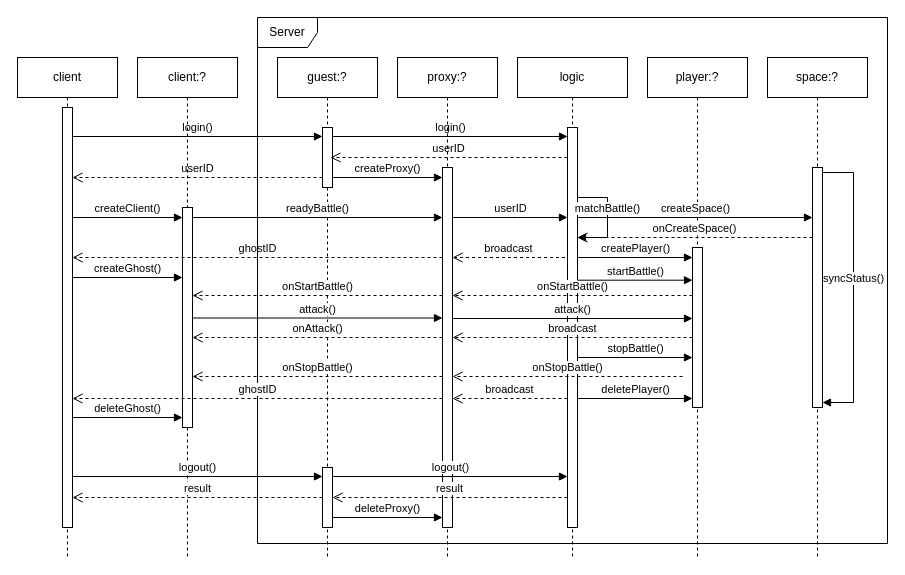
Above: page "状态同步" (3 of 4) of Document/OpenMS.drawio in ChivenZhang/OpenMS (draw.io), before the change. Source tidied: cells renumbered, new cells numbered last; positions are measured from the earlier drawing's top-left corner, leaving out a move shared by most shapes. Both pictures are drawn from the tidied source at 100%, with x=0, y=0 at pixel (17, 17).
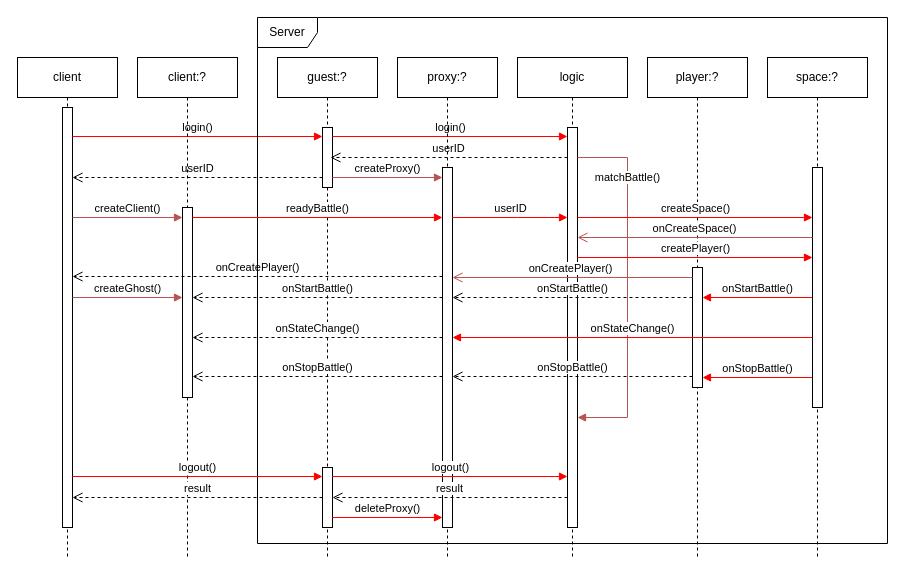
Above is the later version.

Unchanged cells that the change refers to:
```xml
<mxCell id="7" value="player:?" style="shape=umlLifeline;perimeter=lifelinePerimeter;whiteSpace=wrap;html=1;newEdgeStyle={&quot;curved&quot;:0,&quot;rounded&quot;:0};" parent="1" vertex="1">
  <mxGeometry x="630" y="40" width="100" height="500" as="geometry" />
</mxCell>
<mxCell id="9" value="logic" style="shape=umlLifeline;perimeter=lifelinePerimeter;whiteSpace=wrap;html=1;newEdgeStyle={&quot;curved&quot;:0,&quot;rounded&quot;:0};" parent="1" vertex="1">
  <mxGeometry x="500" y="40" width="110" height="500" as="geometry" />
</mxCell>
<mxCell id="10" style="html=1;points=[[0,0,0,0,5],[0,1,0,0,-5],[1,0,0,0,5],[1,1,0,0,-5]];perimeter=orthogonalPerimeter;outlineConnect=0;targetShapes=umlLifeline;portConstraint=eastwest;newEdgeStyle={&quot;curved&quot;:0,&quot;rounded&quot;:0};" parent="9" vertex="1">
  <mxGeometry x="50" y="70" width="10" height="400" as="geometry" />
</mxCell>
<mxCell id="16" value="client:?" style="shape=umlLifeline;perimeter=lifelinePerimeter;whiteSpace=wrap;html=1;newEdgeStyle={&quot;curved&quot;:0,&quot;rounded&quot;:0};" parent="1" vertex="1">
  <mxGeometry x="120" y="40" width="100" height="500" as="geometry" />
</mxCell>
<mxCell id="20" style="html=1;points=[[0,0,0,0,5],[0,1,0,0,-5],[1,0,0,0,5],[1,1,0,0,-5]];perimeter=orthogonalPerimeter;outlineConnect=0;targetShapes=umlLifeline;portConstraint=eastwest;newEdgeStyle={&quot;curved&quot;:0,&quot;rounded&quot;:0};" parent="19" vertex="1">
  <mxGeometry x="45" y="110" width="10" height="360" as="geometry" />
</mxCell>
<mxCell id="48" value="space:?" style="shape=umlLifeline;perimeter=lifelinePerimeter;whiteSpace=wrap;html=1;newEdgeStyle={&quot;curved&quot;:0,&quot;rounded&quot;:0};" parent="1" vertex="1">
  <mxGeometry x="750" y="40" width="100" height="500" as="geometry" />
</mxCell>
<mxCell id="49" style="html=1;points=[[0,0,0,0,5],[0,1,0,0,-5],[1,0,0,0,5],[1,1,0,0,-5]];perimeter=orthogonalPerimeter;outlineConnect=0;targetShapes=umlLifeline;portConstraint=eastwest;newEdgeStyle={&quot;curved&quot;:0,&quot;rounded&quot;:0};" parent="48" vertex="1">
  <mxGeometry x="45" y="110" width="10" height="240" as="geometry" />
</mxCell>
```

Diff of the diagram source:
```diff
@@
     <mxCell id="8" style="html=1;points=[[0,0,0,0,5],[0,1,0,0,-5],[1,0,0,0,5],[1,1,0,0,-5]];perimeter=orthogonalPerimeter;outlineConnect=0;targetShapes=umlLifeline;portConstraint=eastwest;newEdgeStyle={&quot;curved&quot;:0,&quot;rounded&quot;:0};" parent="7" vertex="1">
-      <mxGeometry x="45" y="190" width="10" height="160" as="geometry" />
+      <mxGeometry x="45" y="210" width="10" height="120" as="geometry" />
     </mxCell>
@@
-    <mxCell id="11" value="matchBattle()" style="html=1;verticalAlign=bottom;endArrow=block;curved=0;rounded=0;" parent="9" edge="1" source="10" target="10">
-      <mxGeometry relative="1" as="geometry">
+    <mxCell id="11" value="matchBattle()" style="html=1;verticalAlign=bottom;endArrow=block;curved=0;rounded=0;fillColor=#f8cecc;strokeColor=#b85450;" parent="9" edge="1" source="10" target="10">
+      <mxGeometry x="-0.56" relative="1" as="geometry">
         <Array as="points">
-          <mxPoint x="90" y="140" />
-          <mxPoint x="90" y="180" />
+          <mxPoint x="110" y="100" />
+          <mxPoint x="110" y="360" />
         </Array>
       </mxGeometry>
     </mxCell>
-    <mxCell id="12" value="login()" style="html=1;verticalAlign=bottom;endArrow=block;curved=0;rounded=0;entryX=0;entryY=0;entryDx=0;entryDy=5;entryPerimeter=0;" parent="1" edge="1">
+    <mxCell id="12" value="login()" style="html=1;verticalAlign=bottom;endArrow=block;curved=0;rounded=0;entryX=0;entryY=0;entryDx=0;entryDy=5;entryPerimeter=0;strokeColor=#FF0000;" parent="1" edge="1">
       <mxGeometry relative="1" as="geometry">
         <mxPoint x="55" y="119" as="sourcePoint" />
         <mxPoint x="305" y="119" as="targetPoint" />
       </mxGeometry>
     </mxCell>
-    <mxCell id="13" value="login()" style="html=1;verticalAlign=bottom;endArrow=block;curved=0;rounded=0;entryX=0;entryY=0;entryDx=0;entryDy=5;entryPerimeter=0;" parent="1" edge="1">
+    <mxCell id="13" value="login()" style="html=1;verticalAlign=bottom;endArrow=block;curved=0;rounded=0;entryX=0;entryY=0;entryDx=0;entryDy=5;entryPerimeter=0;strokeColor=#FF0000;" parent="1" edge="1">
       <mxGeometry relative="1" as="geometry">
         <mxPoint x="315" y="119" as="sourcePoint" />
         <mxPoint x="550" y="119" as="targetPoint" />
       </mxGeometry>
     </mxCell>
@@
     <mxCell id="17" style="html=1;perimeter=orthogonalPerimeter;targetShapes=umlLifeline;newEdgeStyle={&quot;curved&quot;:0,&quot;rounded&quot;:0};" parent="16" vertex="1">
-      <mxGeometry x="45" y="150" width="10" height="220" as="geometry" />
+      <mxGeometry x="45" y="150" width="10" height="190" as="geometry" />
     </mxCell>
-    <mxCell id="18" value="createClient()" style="html=1;verticalAlign=bottom;endArrow=block;curved=0;rounded=0;entryX=0;entryY=0;entryDx=0;entryDy=5;entryPerimeter=0;" parent="1" edge="1">
+    <mxCell id="18" value="createClient()" style="html=1;verticalAlign=bottom;endArrow=block;curved=0;rounded=0;entryX=0;entryY=0;entryDx=0;entryDy=5;entryPerimeter=0;fillColor=#f8cecc;strokeColor=#b85450;" parent="1" edge="1">
       <mxGeometry relative="1" as="geometry">
         <mxPoint x="55" y="200" as="sourcePoint" />
         <mxPoint x="165" y="200" as="targetPoint" />
       </mxGeometry>
     </mxCell>
@@
-    <mxCell id="21" value="createProxy()" style="html=1;verticalAlign=bottom;endArrow=block;curved=0;rounded=0;" parent="1" edge="1">
+    <mxCell id="21" value="createProxy()" style="html=1;verticalAlign=bottom;endArrow=block;curved=0;rounded=0;fillColor=#f8cecc;strokeColor=#b85450;" parent="1" edge="1">
       <mxGeometry relative="1" as="geometry">
         <mxPoint x="315" y="160" as="sourcePoint" />
         <mxPoint x="425" y="160" as="targetPoint" />
       </mxGeometry>
     </mxCell>
-    <mxCell id="22" value="attack()" style="html=1;verticalAlign=bottom;endArrow=block;curved=0;rounded=0;" parent="1" edge="1">
-      <mxGeometry relative="1" as="geometry">
-        <mxPoint x="175" y="300.5" as="sourcePoint" />
-        <mxPoint x="425" y="300.5" as="targetPoint" />
-      </mxGeometry>
-    </mxCell>
-    <mxCell id="23" value="createPlayer()" style="html=1;verticalAlign=bottom;endArrow=block;curved=0;rounded=0;" parent="1" edge="1">
+    <mxCell id="23" value="createPlayer()" style="html=1;verticalAlign=bottom;endArrow=block;curved=0;rounded=0;strokeColor=#FF0000;" parent="1" edge="1" target="49">
       <mxGeometry relative="1" as="geometry">
         <mxPoint x="560" y="240" as="sourcePoint" />
-        <mxPoint x="675" y="240" as="targetPoint" />
       </mxGeometry>
     </mxCell>
-    <mxCell id="24" value="attack()" style="html=1;verticalAlign=bottom;endArrow=block;curved=0;rounded=0;" parent="1" edge="1" target="8">
-      <mxGeometry relative="1" as="geometry">
-        <mxPoint x="435" y="301" as="sourcePoint" />
-      </mxGeometry>
-    </mxCell>
-    <mxCell id="25" value="broadcast" style="html=1;verticalAlign=bottom;endArrow=open;dashed=1;endSize=8;curved=0;rounded=0;exitX=0;exitY=1;exitDx=0;exitDy=-5;exitPerimeter=0;" parent="1" edge="1">
+    <mxCell id="25" value="onCreatePlayer()" style="html=1;verticalAlign=bottom;endArrow=open;endSize=8;curved=0;rounded=0;exitX=0;exitY=0;exitDx=0;exitDy=5;exitPerimeter=0;fillColor=#f8cecc;strokeColor=#b85450;" parent="1" edge="1">
       <mxGeometry x="0.02" relative="1" as="geometry">
-        <mxPoint x="547.5" y="240" as="sourcePoint" />
-        <mxPoint x="435" y="240" as="targetPoint" />
+        <mxPoint x="675" y="260" as="sourcePoint" />
+        <mxPoint x="435" y="260" as="targetPoint" />
       </mxGeometry>
     </mxCell>
-    <mxCell id="26" value="ghostID" style="html=1;verticalAlign=bottom;endArrow=open;dashed=1;endSize=8;curved=0;rounded=0;" parent="1" edge="1">
+    <mxCell id="26" value="onCreatePlayer()" style="html=1;verticalAlign=bottom;endArrow=open;dashed=1;endSize=8;curved=0;rounded=0;" parent="1" edge="1">
       <mxGeometry relative="1" as="geometry">
-        <mxPoint x="425" y="240" as="sourcePoint" />
-        <mxPoint x="55" y="240" as="targetPoint" />
+        <mxPoint x="425" y="259" as="sourcePoint" />
+        <mxPoint x="55" y="259" as="targetPoint" />
       </mxGeometry>
     </mxCell>
-    <mxCell id="27" value="createGhost()" style="html=1;verticalAlign=bottom;endArrow=block;curved=0;rounded=0;" parent="1" edge="1">
+    <mxCell id="27" value="createGhost()" style="html=1;verticalAlign=bottom;endArrow=block;curved=0;rounded=0;fillColor=#f8cecc;strokeColor=#b85450;" parent="1" edge="1">
       <mxGeometry relative="1" as="geometry">
-        <mxPoint x="55" y="260" as="sourcePoint" />
-        <mxPoint x="165" y="260" as="targetPoint" />
+        <mxPoint x="55" y="280" as="sourcePoint" />
+        <mxPoint x="165" y="280" as="targetPoint" />
       </mxGeometry>
     </mxCell>
@@
-    <mxCell id="29" value="logout()" style="html=1;verticalAlign=bottom;endArrow=block;curved=0;rounded=0;" parent="1" edge="1">
+    <mxCell id="29" value="logout()" style="html=1;verticalAlign=bottom;endArrow=block;curved=0;rounded=0;strokeColor=#FF0000;" parent="1" edge="1">
       <mxGeometry relative="1" as="geometry">
         <mxPoint x="55" y="459" as="sourcePoint" />
         <mxPoint x="305" y="459" as="targetPoint" />
       </mxGeometry>
     </mxCell>
-    <mxCell id="30" value="logout()" style="html=1;verticalAlign=bottom;endArrow=block;curved=0;rounded=0;" parent="1" edge="1">
+    <mxCell id="30" value="logout()" style="html=1;verticalAlign=bottom;endArrow=block;curved=0;rounded=0;strokeColor=#FF0000;" parent="1" edge="1">
       <mxGeometry relative="1" as="geometry">
         <mxPoint x="315" y="459" as="sourcePoint" />
         <mxPoint x="550" y="459" as="targetPoint" />
       </mxGeometry>
     </mxCell>
@@
-    <mxCell id="32" value="deleteProxy()" style="html=1;verticalAlign=bottom;endArrow=block;curved=0;rounded=0;exitX=1;exitY=1;exitDx=0;exitDy=-5;exitPerimeter=0;" parent="1" edge="1">
+    <mxCell id="32" value="deleteProxy()" style="html=1;verticalAlign=bottom;endArrow=block;curved=0;rounded=0;exitX=1;exitY=1;exitDx=0;exitDy=-5;exitPerimeter=0;strokeColor=#FF0000;" parent="1" edge="1">
       <mxGeometry relative="1" as="geometry">
         <mxPoint x="315" y="500" as="sourcePoint" />
         <mxPoint x="425" y="500" as="targetPoint" />
       </mxGeometry>
     </mxCell>
-    <mxCell id="33" value="deletePlayer()" style="html=1;verticalAlign=bottom;endArrow=block;curved=0;rounded=0;exitX=1;exitY=1;exitDx=0;exitDy=-5;exitPerimeter=0;" parent="1" edge="1" target="8">
-      <mxGeometry relative="1" as="geometry">
-        <mxPoint x="560" y="381" as="sourcePoint" />
-      </mxGeometry>
-    </mxCell>
@@
-    <mxCell id="35" value="readyBattle()" style="html=1;verticalAlign=bottom;endArrow=block;curved=0;rounded=0;" parent="1" edge="1">
+    <mxCell id="35" value="readyBattle()" style="html=1;verticalAlign=bottom;endArrow=block;curved=0;rounded=0;strokeColor=#FF0000;" parent="1" edge="1">
       <mxGeometry relative="1" as="geometry">
         <mxPoint x="175" y="200" as="sourcePoint" />
         <mxPoint x="425" y="200" as="targetPoint" />
       </mxGeometry>
     </mxCell>
-    <mxCell id="36" value="userID" style="html=1;verticalAlign=bottom;endArrow=block;curved=0;rounded=0;" parent="1" edge="1" source="20">
+    <mxCell id="36" value="userID" style="html=1;verticalAlign=bottom;endArrow=block;curved=0;rounded=0;strokeColor=#FF0000;" parent="1" edge="1" source="20">
       <mxGeometry relative="1" as="geometry">
         <mxPoint x="550" y="200" as="targetPoint" />
         <Array as="points">
           <mxPoint x="500" y="200" />
         </Array>
       </mxGeometry>
     </mxCell>
     <mxCell id="37" value="onStartBattle()" style="html=1;verticalAlign=bottom;endArrow=open;dashed=1;endSize=8;curved=0;rounded=0;" parent="1" edge="1">
       <mxGeometry relative="1" as="geometry">
-        <mxPoint x="425" y="278" as="sourcePoint" />
-        <mxPoint x="175" y="278" as="targetPoint" />
+        <mxPoint x="425" y="280" as="sourcePoint" />
+        <mxPoint x="175" y="280" as="targetPoint" />
       </mxGeometry>
     </mxCell>
     <mxCell id="38" value="onStartBattle()" style="html=1;verticalAlign=bottom;endArrow=open;dashed=1;endSize=8;curved=0;rounded=0;" parent="1" edge="1" source="8">
       <mxGeometry relative="1" as="geometry">
-        <mxPoint x="435" y="278" as="targetPoint" />
+        <mxPoint x="435" y="280" as="targetPoint" />
       </mxGeometry>
     </mxCell>
-    <mxCell id="39" value="onStopBattle()" style="html=1;verticalAlign=bottom;endArrow=open;dashed=1;endSize=8;curved=0;rounded=0;exitX=0;exitY=1;exitDx=0;exitDy=-5;exitPerimeter=0;entryX=1;entryY=1;entryDx=0;entryDy=-5;entryPerimeter=0;" parent="1" edge="1">
+    <mxCell id="39" value="onStopBattle()" style="html=1;verticalAlign=bottom;endArrow=open;dashed=1;endSize=8;curved=0;rounded=0;entryX=1;entryY=1;entryDx=0;entryDy=-5;entryPerimeter=0;" parent="1" edge="1" source="8">
       <mxGeometry relative="1" as="geometry">
-        <mxPoint x="665" y="359" as="sourcePoint" />
         <mxPoint x="435" y="359" as="targetPoint" />
       </mxGeometry>
     </mxCell>
@@
-    <mxCell id="41" value="startBattle()" style="html=1;verticalAlign=bottom;endArrow=block;curved=0;rounded=0;" parent="1" edge="1" target="8">
+    <mxCell id="41" value="onStartBattle()" style="html=1;verticalAlign=bottom;endArrow=block;curved=0;rounded=0;strokeColor=#FF0000;" parent="1" edge="1">
       <mxGeometry relative="1" as="geometry">
-        <mxPoint x="560" y="262.7" as="sourcePoint" />
+        <mxPoint x="795" y="280" as="sourcePoint" />
+        <mxPoint x="685" y="280" as="targetPoint" />
       </mxGeometry>
     </mxCell>
-    <mxCell id="42" value="stopBattle()" style="html=1;verticalAlign=bottom;endArrow=block;curved=0;rounded=0;" parent="1" edge="1" target="8">
+    <mxCell id="42" value="onStopBattle()" style="html=1;verticalAlign=bottom;endArrow=block;curved=0;rounded=0;strokeColor=#FF0000;" parent="1" edge="1">
       <mxGeometry relative="1" as="geometry">
-        <mxPoint x="560" y="340" as="sourcePoint" />
+        <mxPoint x="795" y="360" as="sourcePoint" />
+        <mxPoint x="685" y="360" as="targetPoint" />
       </mxGeometry>
     </mxCell>
-    <mxCell id="43" value="broadcast" style="html=1;verticalAlign=bottom;endArrow=open;dashed=1;endSize=8;curved=0;rounded=0;" parent="1" edge="1" source="8">
-      <mxGeometry relative="1" as="geometry">
-        <mxPoint x="435" y="320" as="targetPoint" />
-      </mxGeometry>
-    </mxCell>
-    <mxCell id="44" value="onAttack()" style="html=1;verticalAlign=bottom;endArrow=open;dashed=1;endSize=8;curved=0;rounded=0;" parent="1" edge="1">
-      <mxGeometry relative="1" as="geometry">
-        <mxPoint x="425" y="320" as="sourcePoint" />
-        <mxPoint x="175" y="320" as="targetPoint" />
-      </mxGeometry>
-    </mxCell>
-    <mxCell id="45" value="broadcast" style="html=1;verticalAlign=bottom;endArrow=open;dashed=1;endSize=8;curved=0;rounded=0;" parent="1" edge="1" target="20">
-      <mxGeometry relative="1" as="geometry">
-        <mxPoint x="550" y="381" as="sourcePoint" />
-      </mxGeometry>
-    </mxCell>
-    <mxCell id="46" value="ghostID" style="html=1;verticalAlign=bottom;endArrow=open;dashed=1;endSize=8;curved=0;rounded=0;" parent="1" edge="1">
-      <mxGeometry relative="1" as="geometry">
-        <mxPoint x="425" y="381" as="sourcePoint" />
-        <mxPoint x="55" y="381" as="targetPoint" />
-      </mxGeometry>
-    </mxCell>
-    <mxCell id="47" value="deleteGhost()" style="html=1;verticalAlign=bottom;endArrow=block;curved=0;rounded=0;entryX=0;entryY=1;entryDx=0;entryDy=-5;entryPerimeter=0;" parent="1" edge="1">
-      <mxGeometry relative="1" as="geometry">
-        <mxPoint x="55" y="400" as="sourcePoint" />
-        <mxPoint x="165" y="400" as="targetPoint" />
-      </mxGeometry>
-    </mxCell>
@@
-    <mxCell id="50" value="syncStatus()" style="html=1;verticalAlign=bottom;endArrow=block;curved=0;rounded=0;exitX=1;exitY=0;exitDx=0;exitDy=5;exitPerimeter=0;entryX=1;entryY=1;entryDx=0;entryDy=-5;entryPerimeter=0;" parent="48" edge="1" source="49" target="49">
-      <mxGeometry relative="1" as="geometry">
-        <Array as="points">
-          <mxPoint x="86" y="115" />
-          <mxPoint x="86" y="345" />
-        </Array>
-      </mxGeometry>
-    </mxCell>
-    <mxCell id="51" value="createSpace()" style="html=1;verticalAlign=bottom;endArrow=block;curved=0;rounded=0;" parent="1" edge="1" target="49">
+    <mxCell id="51" value="createSpace()" style="html=1;verticalAlign=bottom;endArrow=block;curved=0;rounded=0;strokeColor=#FF0000;" parent="1" edge="1" target="49">
       <mxGeometry relative="1" as="geometry">
         <mxPoint x="560" y="200" as="sourcePoint" />
       </mxGeometry>
     </mxCell>
-    <mxCell id="52" value="onCreateSpace()" style="html=1;verticalAlign=bottom;endArrow=open;dashed=1;endSize=8;curved=0;rounded=0;" parent="1" edge="1">
+    <mxCell id="52" value="onCreateSpace()" style="html=1;verticalAlign=bottom;endArrow=open;endSize=8;curved=0;rounded=0;fillColor=#f8cecc;strokeColor=#b85450;" parent="1" edge="1">
       <mxGeometry relative="1" as="geometry">
         <mxPoint x="795" y="220" as="sourcePoint" />
         <mxPoint x="560" y="220" as="targetPoint" />
       </mxGeometry>
     </mxCell>
+    <mxCell id="50" value="onStateChange()" style="html=1;verticalAlign=bottom;endArrow=block;curved=0;rounded=0;strokeColor=#FF0000;" parent="1" edge="1">
+      <mxGeometry relative="1" as="geometry">
+        <mxPoint x="795" y="320" as="sourcePoint" />
+        <mxPoint x="435" y="320" as="targetPoint" />
+      </mxGeometry>
+    </mxCell>
+    <mxCell id="53" value="onStateChange()" style="html=1;verticalAlign=bottom;endArrow=open;dashed=1;endSize=8;curved=0;rounded=0;" parent="1" edge="1">
+      <mxGeometry relative="1" as="geometry">
+        <mxPoint x="425" y="320" as="sourcePoint" />
+        <mxPoint x="175" y="320" as="targetPoint" />
+      </mxGeometry>
+    </mxCell>
```
